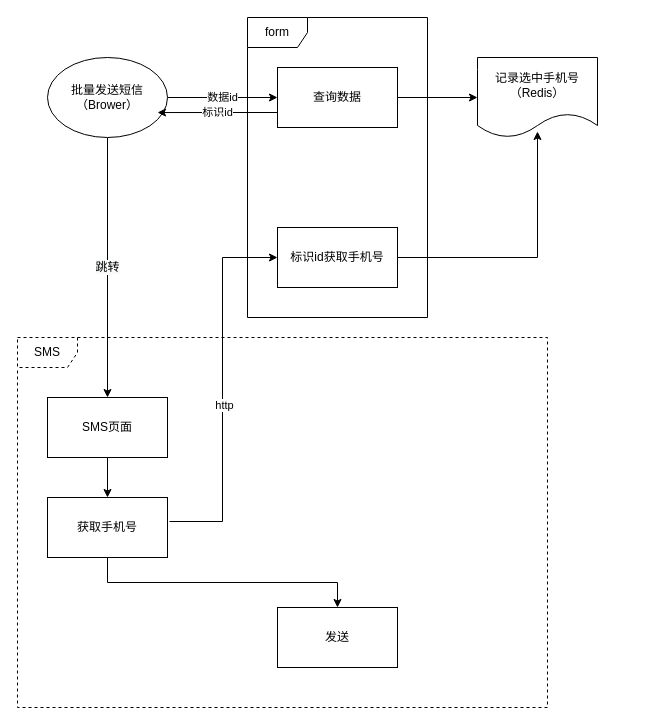
Before: eqxiu_batch_sms.drawio in hesimin/drawio, a draw.io diagram. Source tidied: cells renumbered, new cells numbered last; positions are measured from the earlier drawing's top-left corner, leaving out a move shared by most shapes. Both pictures are drawn from the tidied source at 100%, with x=0, y=0 at pixel (17, 17).
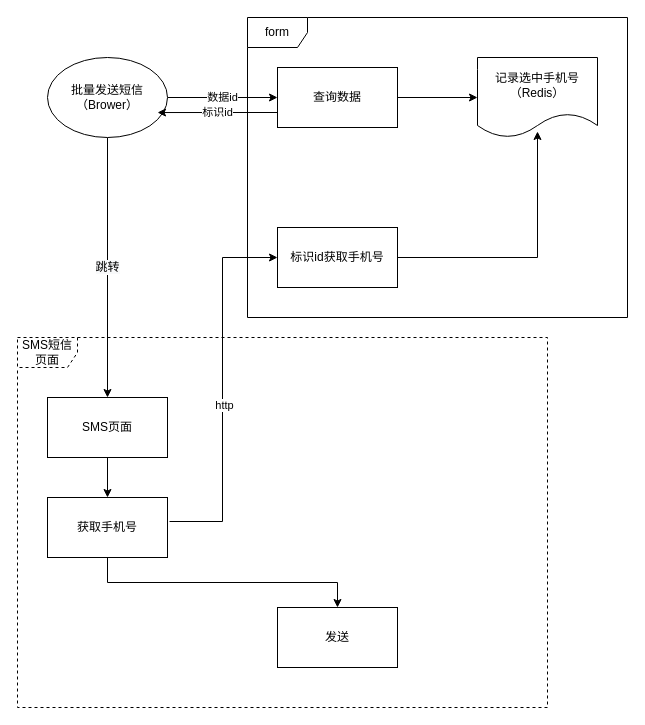
Above is the later version.

The edit, as a diff of the source:
```diff
@@
 <mxGraphModel>
   <root>
     <mxCell id="0" />
     <mxCell id="1" parent="0" />
-    <mxCell id="2" value="SMS" style="shape=umlFrame;whiteSpace=wrap;html=1;dashed=1;" parent="1" vertex="1">
+    <mxCell id="2" value="SMS短信页面" style="shape=umlFrame;whiteSpace=wrap;html=1;dashed=1;" parent="1" vertex="1">
       <mxGeometry y="320" width="530" height="370" as="geometry" />
     </mxCell>
     <mxCell id="3" value="数据id" style="edgeStyle=orthogonalEdgeStyle;rounded=0;jettySize=auto;html=1;exitX=1;exitY=0.5;exitDx=0;exitDy=0;" parent="1" edge="1" source="5" target="9">
       <mxGeometry relative="1" as="geometry" />
     </mxCell>
     <mxCell id="4" value="&lt;span style=&quot;color: rgb(0, 0, 0); font-family: helvetica; font-size: 12px; font-style: normal; font-weight: 400; letter-spacing: normal; text-align: center; text-indent: 0px; text-transform: none; word-spacing: 0px; background-color: rgb(248, 249, 250); display: inline; float: none;&quot;&gt;跳转&lt;/span&gt;" style="edgeStyle=orthogonalEdgeStyle;rounded=0;jettySize=auto;html=1;exitX=0.5;exitY=1;exitDx=0;exitDy=0;entryX=0.5;entryY=0;entryDx=0;entryDy=0;" parent="1" edge="1" source="5" target="14">
       <mxGeometry relative="1" as="geometry" />
     </mxCell>
     <mxCell id="5" value="批量发送短信&lt;br&gt;（Brower）" style="ellipse;whiteSpace=wrap;html=1;" parent="1" vertex="1">
       <mxGeometry x="30" y="40" width="120" height="80" as="geometry" />
     </mxCell>
     <mxCell id="6" value="form" style="shape=umlFrame;whiteSpace=wrap;html=1;" parent="1" vertex="1">
-      <mxGeometry x="230" width="180" height="300" as="geometry" />
+      <mxGeometry x="230" width="380" height="300" as="geometry" />
     </mxCell>
     <mxCell id="7" style="edgeStyle=orthogonalEdgeStyle;rounded=0;jettySize=auto;html=1;entryX=0;entryY=0.5;entryDx=0;entryDy=0;" parent="1" edge="1" source="9" target="10">
       <mxGeometry relative="1" as="geometry" />
     </mxCell>
     <mxCell id="8" value="标识id" style="edgeStyle=orthogonalEdgeStyle;rounded=0;jettySize=auto;html=1;exitX=0;exitY=0.75;exitDx=0;exitDy=0;entryX=0.917;entryY=0.688;entryDx=0;entryDy=0;entryPerimeter=0;" parent="1" edge="1" source="9" target="5">
       <mxGeometry relative="1" as="geometry" />
     </mxCell>
     <mxCell id="9" value="查询数据" style="rounded=0;whiteSpace=wrap;html=1;" parent="1" vertex="1">
       <mxGeometry x="260" y="50" width="120" height="60" as="geometry" />
     </mxCell>
     <mxCell id="10" value="记录选中手机号&lt;br&gt;（Redis）" style="shape=document;whiteSpace=wrap;html=1;boundedLbl=1;" parent="1" vertex="1">
       <mxGeometry x="460" y="40" width="120" height="80" as="geometry" />
     </mxCell>
     <mxCell id="11" style="edgeStyle=orthogonalEdgeStyle;rounded=0;jettySize=auto;html=1;entryX=0;entryY=0.5;entryDx=0;entryDy=0;exitX=1.017;exitY=0.4;exitDx=0;exitDy=0;exitPerimeter=0;" parent="1" edge="1" source="19" target="16">
       <mxGeometry relative="1" as="geometry" />
     </mxCell>
     <mxCell id="12" value="http" style="edgeLabel;html=1;align=center;verticalAlign=middle;" parent="11" vertex="1">
       <mxGeometry x="-0.09" y="-1" relative="1" as="geometry" />
     </mxCell>
     <mxCell id="13" style="edgeStyle=orthogonalEdgeStyle;rounded=0;jettySize=auto;html=1;exitX=0.5;exitY=1;exitDx=0;exitDy=0;" parent="1" edge="1" source="14" target="19">
       <mxGeometry relative="1" as="geometry" />
     </mxCell>
     <mxCell id="14" value="SMS页面" style="rounded=0;whiteSpace=wrap;html=1;" parent="1" vertex="1">
       <mxGeometry x="30" y="380" width="120" height="60" as="geometry" />
     </mxCell>
     <mxCell id="15" style="edgeStyle=orthogonalEdgeStyle;rounded=0;jettySize=auto;html=1;entryX=0.5;entryY=0.925;entryDx=0;entryDy=0;entryPerimeter=0;" parent="1" edge="1" source="16" target="10">
       <mxGeometry relative="1" as="geometry" />
     </mxCell>
     <mxCell id="16" value="标识id获取手机号" style="rounded=0;whiteSpace=wrap;html=1;" parent="1" vertex="1">
       <mxGeometry x="260" y="210" width="120" height="60" as="geometry" />
     </mxCell>
     <mxCell id="17" value="发送" style="rounded=0;whiteSpace=wrap;html=1;" parent="1" vertex="1">
       <mxGeometry x="260" y="590" width="120" height="60" as="geometry" />
     </mxCell>
     <mxCell id="18" style="edgeStyle=orthogonalEdgeStyle;rounded=0;jettySize=auto;html=1;exitX=0.5;exitY=1;exitDx=0;exitDy=0;" parent="1" edge="1" source="19" target="17">
       <mxGeometry relative="1" as="geometry" />
     </mxCell>
     <mxCell id="19" value="获取手机号" style="rounded=0;whiteSpace=wrap;html=1;" parent="1" vertex="1">
       <mxGeometry x="30" y="480" width="120" height="60" as="geometry" />
     </mxCell>
   </root>
 </mxGraphModel>
```
